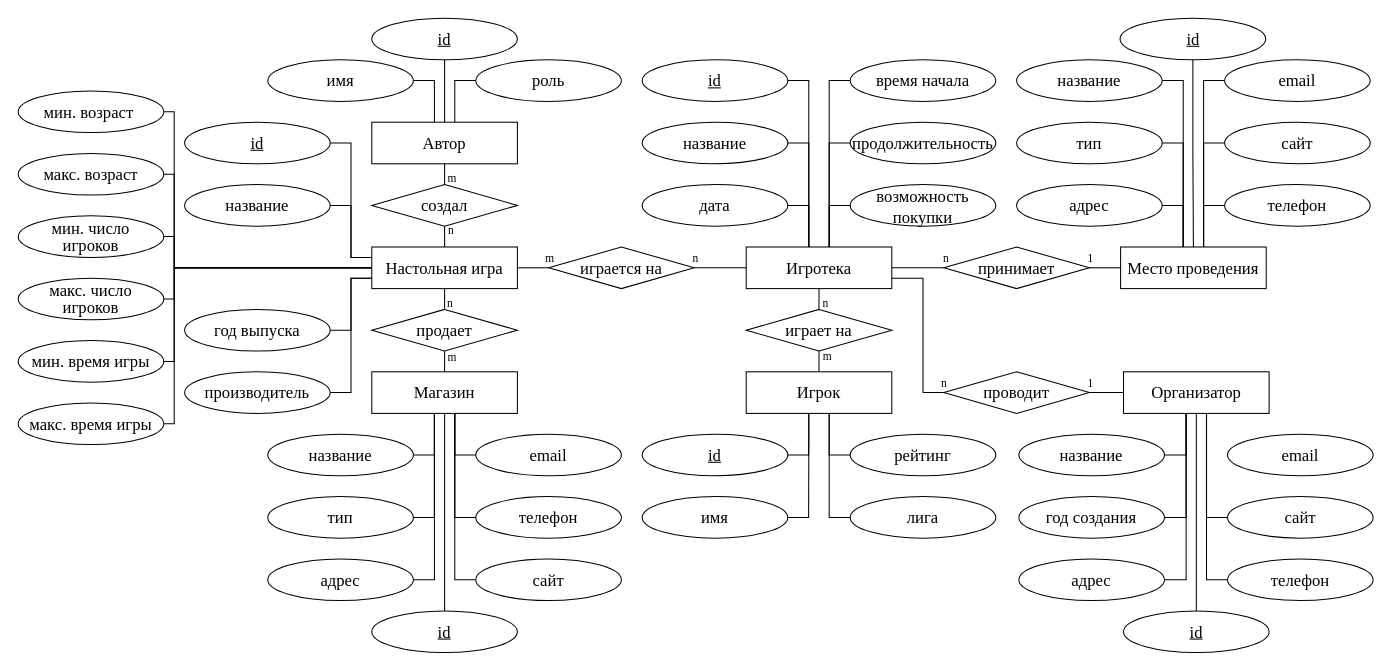
Before: docs/data/shemes/BG-ER.drawio in MyMiDiII/bmstu-board-games, a draw.io diagram. Source tidied: cells renumbered, new cells numbered last; positions are measured from the earlier drawing's top-left corner, leaving out a move shared by most shapes. Both pictures are drawn from the tidied source at 104%, with x=0, y=0 at pixel (18, 18).
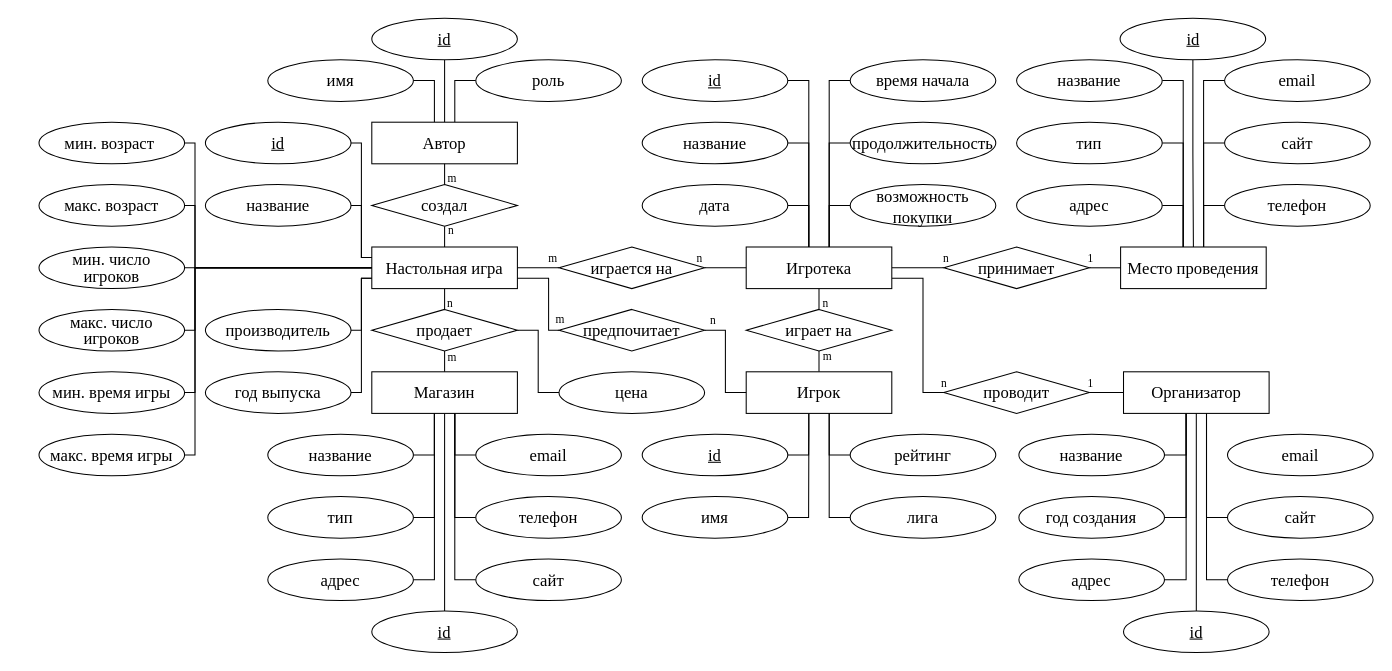
The same diagram, later.

The change refers to these unchanged cells:
```xml
<mxCell id="21" value="&lt;font face=&quot;Times New Roman&quot;&gt;&lt;span style=&quot;font-size: 16px&quot;&gt;Настольная игра&lt;/span&gt;&lt;/font&gt;" style="rounded=0;whiteSpace=wrap;html=1;" parent="1" vertex="1">
  <mxGeometry x="340" y="220" width="140" height="40" as="geometry" />
</mxCell>
<mxCell id="71" value="&lt;font face=&quot;Times New Roman&quot;&gt;&lt;span style=&quot;font-size: 16px&quot;&gt;Игрок&lt;/span&gt;&lt;/font&gt;" style="rounded=0;whiteSpace=wrap;html=1;points=[[0,0,0,0,0],[0,0.25,0,0,0],[0,0.5,0,0,0],[0,0.75,0,0,0],[0,1,0,0,0],[0.25,0,0,0,0],[0.43,1,0,0,0],[0.5,0,0,0,0],[0.5,1,0,0,0],[0.57,1,0,0,0],[0.75,0,0,0,0],[1,0,0,0,0],[1,0.25,0,0,0],[1,0.5,0,0,0],[1,0.75,0,0,0],[1,1,0,0,0]];" parent="1" vertex="1">
  <mxGeometry x="700" y="340" width="140" height="40" as="geometry" />
</mxCell>
<mxCell id="86" value="продает" style="rhombus;whiteSpace=wrap;html=1;fontFamily=Times New Roman;fontSize=16;" parent="1" vertex="1">
  <mxGeometry x="340" y="280" width="140" height="40" as="geometry" />
</mxCell>
```

What changed in the source:
```diff
@@
-    <mxCell id="17" style="edgeStyle=orthogonalEdgeStyle;shape=connector;rounded=0;jettySize=auto;html=1;exitX=0;exitY=0.25;exitDx=0;exitDy=0;entryX=1;entryY=0.5;entryDx=0;entryDy=0;labelBackgroundColor=default;fontFamily=Times New Roman;fontSize=11;fontColor=default;endArrow=none;endFill=0;strokeColor=default;" parent="1" edge="1" source="21" target="41">
-      <mxGeometry relative="1" as="geometry">
-        <Array as="points">
-          <mxPoint x="320" y="230" />
-          <mxPoint x="320" y="120" />
-        </Array>
-      </mxGeometry>
-    </mxCell>
-    <mxCell id="18" style="edgeStyle=orthogonalEdgeStyle;shape=connector;rounded=0;jettySize=auto;html=1;exitX=0;exitY=0.75;exitDx=0;exitDy=0;entryX=1;entryY=0.5;entryDx=0;entryDy=0;labelBackgroundColor=default;fontFamily=Times New Roman;fontSize=11;fontColor=default;endArrow=none;endFill=0;strokeColor=default;" parent="1" edge="1" source="21" target="55">
-      <mxGeometry relative="1" as="geometry">
-        <Array as="points">
-          <mxPoint x="320" y="250" />
-          <mxPoint x="320" y="300" />
-        </Array>
-      </mxGeometry>
-    </mxCell>
-    <mxCell id="19" style="edgeStyle=orthogonalEdgeStyle;shape=connector;rounded=0;jettySize=auto;html=1;exitX=0;exitY=0.75;exitDx=0;exitDy=0;entryX=1;entryY=0.5;entryDx=0;entryDy=0;labelBackgroundColor=default;fontFamily=Times New Roman;fontSize=11;fontColor=default;endArrow=none;endFill=0;strokeColor=default;" parent="1" edge="1" source="21" target="54">
-      <mxGeometry relative="1" as="geometry">
-        <Array as="points">
-          <mxPoint x="320" y="250" />
-          <mxPoint x="320" y="360" />
-        </Array>
-      </mxGeometry>
-    </mxCell>
-    <mxCell id="20" style="edgeStyle=orthogonalEdgeStyle;shape=connector;rounded=0;jettySize=auto;html=1;exitX=0;exitY=0.5;exitDx=0;exitDy=0;entryX=1;entryY=0.5;entryDx=0;entryDy=0;labelBackgroundColor=default;fontFamily=Times New Roman;fontSize=11;fontColor=default;endArrow=none;endFill=0;strokeColor=default;" parent="1" edge="1" source="21" target="56">
-      <mxGeometry relative="1" as="geometry">
-        <Array as="points">
-          <mxPoint x="150" y="240" />
-          <mxPoint x="150" y="90" />
-        </Array>
-      </mxGeometry>
-    </mxCell>
@@
+    <mxCell id="128" style="edgeStyle=orthogonalEdgeStyle;rounded=0;jettySize=auto;html=1;exitX=1;exitY=0.5;exitDx=0;exitDy=0;entryX=0;entryY=0.25;entryDx=0;entryDy=0;fontFamily=Times New Roman;endArrow=none;endFill=0;" parent="1" edge="1" source="41" target="21">
+      <mxGeometry relative="1" as="geometry">
+        <Array as="points">
+          <mxPoint x="330" y="120" />
+          <mxPoint x="330" y="230" />
+        </Array>
+      </mxGeometry>
+    </mxCell>
     <mxCell id="41" value="id" style="ellipse;whiteSpace=wrap;html=1;fontFamily=Times New Roman;fontSize=16;fontStyle=4;" parent="1" vertex="1">
-      <mxGeometry x="160" y="100" width="140" height="40" as="geometry" />
+      <mxGeometry x="180" y="100" width="140" height="40" as="geometry" />
     </mxCell>
@@
+    <mxCell id="129" style="edgeStyle=orthogonalEdgeStyle;rounded=0;jettySize=auto;html=1;exitX=1;exitY=0.5;exitDx=0;exitDy=0;entryX=0;entryY=0.75;entryDx=0;entryDy=0;fontFamily=Times New Roman;endArrow=none;endFill=0;" parent="1" edge="1" source="54" target="21">
+      <mxGeometry relative="1" as="geometry">
+        <Array as="points">
+          <mxPoint x="330" y="300" />
+          <mxPoint x="330" y="250" />
+        </Array>
+      </mxGeometry>
+    </mxCell>
     <mxCell id="54" value="производитель" style="ellipse;whiteSpace=wrap;html=1;fontFamily=Times New Roman;fontSize=16;" parent="1" vertex="1">
-      <mxGeometry x="160" y="340" width="140" height="40" as="geometry" />
+      <mxGeometry x="180" y="280" width="140" height="40" as="geometry" />
     </mxCell>
+    <mxCell id="130" style="edgeStyle=orthogonalEdgeStyle;rounded=0;jettySize=auto;html=1;exitX=1;exitY=0.5;exitDx=0;exitDy=0;entryX=0;entryY=0.75;entryDx=0;entryDy=0;fontFamily=Times New Roman;endArrow=none;endFill=0;" parent="1" edge="1" source="55" target="21">
+      <mxGeometry relative="1" as="geometry">
+        <Array as="points">
+          <mxPoint x="330" y="360" />
+          <mxPoint x="330" y="250" />
+        </Array>
+      </mxGeometry>
+    </mxCell>
     <mxCell id="55" value="год выпуска" style="ellipse;whiteSpace=wrap;html=1;fontFamily=Times New Roman;fontSize=16;" parent="1" vertex="1">
-      <mxGeometry x="160" y="280" width="140" height="40" as="geometry" />
+      <mxGeometry x="180" y="340" width="140" height="40" as="geometry" />
     </mxCell>
+    <mxCell id="131" style="edgeStyle=orthogonalEdgeStyle;rounded=0;jettySize=auto;html=1;exitX=1;exitY=0.5;exitDx=0;exitDy=0;entryX=0;entryY=0.5;entryDx=0;entryDy=0;endArrow=none;endFill=0;" parent="1" edge="1" source="56" target="21">
+      <mxGeometry relative="1" as="geometry">
+        <Array as="points">
+          <mxPoint x="170" y="120" />
+          <mxPoint x="170" y="240" />
+        </Array>
+      </mxGeometry>
+    </mxCell>
     <mxCell id="56" value="мин. возраст&amp;nbsp;" style="ellipse;whiteSpace=wrap;html=1;fontFamily=Times New Roman;fontSize=16;" parent="1" vertex="1">
-      <mxGeometry y="70" width="140" height="40" as="geometry" />
+      <mxGeometry x="20" y="100" width="140" height="40" as="geometry" />
     </mxCell>
-    <mxCell id="57" style="edgeStyle=orthogonalEdgeStyle;shape=connector;rounded=0;jettySize=auto;html=1;exitX=1;exitY=0.5;exitDx=0;exitDy=0;entryX=0;entryY=0.5;entryDx=0;entryDy=0;labelBackgroundColor=default;fontFamily=Times New Roman;fontSize=11;fontColor=default;endArrow=none;endFill=0;strokeColor=default;" parent="1" edge="1" source="58" target="21">
+    <mxCell id="57" style="edgeStyle=orthogonalEdgeStyle;rounded=0;jettySize=auto;html=1;exitX=1;exitY=0.5;exitDx=0;exitDy=0;entryX=0;entryY=0.5;entryDx=0;entryDy=0;endArrow=none;endFill=0;" parent="1" edge="1" source="58" target="21">
       <mxGeometry relative="1" as="geometry">
         <Array as="points">
-          <mxPoint x="150" y="150" />
-          <mxPoint x="150" y="240" />
+          <mxPoint x="170" y="180" />
+          <mxPoint x="170" y="240" />
         </Array>
       </mxGeometry>
     </mxCell>
     <mxCell id="58" value="макс. возраст" style="ellipse;whiteSpace=wrap;html=1;fontFamily=Times New Roman;fontSize=16;" parent="1" vertex="1">
-      <mxGeometry y="130" width="140" height="40" as="geometry" />
+      <mxGeometry x="20" y="160" width="140" height="40" as="geometry" />
     </mxCell>
-    <mxCell id="59" style="edgeStyle=orthogonalEdgeStyle;shape=connector;rounded=0;jettySize=auto;html=1;exitX=1;exitY=0.5;exitDx=0;exitDy=0;entryX=0;entryY=0.5;entryDx=0;entryDy=0;labelBackgroundColor=default;fontFamily=Times New Roman;fontSize=11;fontColor=default;endArrow=none;endFill=0;strokeColor=default;" parent="1" edge="1" source="60" target="21">
+    <mxCell id="59" style="edgeStyle=orthogonalEdgeStyle;rounded=0;jettySize=auto;html=1;exitX=1;exitY=0.5;exitDx=0;exitDy=0;entryX=0;entryY=0.5;entryDx=0;entryDy=0;endArrow=none;endFill=0;" parent="1" edge="1" source="60" target="21">
       <mxGeometry relative="1" as="geometry">
         <Array as="points">
-          <mxPoint x="150" y="270" />
-          <mxPoint x="150" y="240" />
+          <mxPoint x="170" y="300" />
+          <mxPoint x="170" y="240" />
         </Array>
       </mxGeometry>
     </mxCell>
     <mxCell id="60" value="&lt;p style=&quot;line-height: 1&quot;&gt;макс. число&lt;br&gt;игроков&lt;/p&gt;" style="ellipse;whiteSpace=wrap;html=1;fontFamily=Times New Roman;fontSize=16;spacingBottom=0;spacingTop=0;" parent="1" vertex="1">
-      <mxGeometry y="250" width="140" height="40" as="geometry" />
+      <mxGeometry x="20" y="280" width="140" height="40" as="geometry" />
     </mxCell>
-    <mxCell id="61" style="edgeStyle=orthogonalEdgeStyle;shape=connector;rounded=0;jettySize=auto;html=1;exitX=1;exitY=0.5;exitDx=0;exitDy=0;entryX=0;entryY=0.5;entryDx=0;entryDy=0;labelBackgroundColor=default;fontFamily=Times New Roman;fontSize=11;fontColor=default;endArrow=none;endFill=0;strokeColor=default;" parent="1" edge="1" source="62" target="21">
+    <mxCell id="61" style="edgeStyle=orthogonalEdgeStyle;rounded=0;jettySize=auto;html=1;exitX=1;exitY=0.5;exitDx=0;exitDy=0;entryX=0;entryY=0.5;entryDx=0;entryDy=0;endArrow=none;endFill=0;" parent="1" edge="1" source="62" target="21">
       <mxGeometry relative="1" as="geometry">
         <Array as="points">
-          <mxPoint x="150" y="210" />
-          <mxPoint x="150" y="240" />
+          <mxPoint x="160" y="240" />
+          <mxPoint x="160" y="240" />
         </Array>
       </mxGeometry>
     </mxCell>
     <mxCell id="62" value="&lt;p style=&quot;line-height: 1&quot;&gt;мин. число&lt;br&gt;игроков&lt;/p&gt;" style="ellipse;whiteSpace=wrap;html=1;fontFamily=Times New Roman;fontSize=16;spacingBottom=0;spacingTop=0;" parent="1" vertex="1">
-      <mxGeometry y="190" width="140" height="40" as="geometry" />
+      <mxGeometry x="20" y="220" width="140" height="40" as="geometry" />
     </mxCell>
-    <mxCell id="63" style="edgeStyle=orthogonalEdgeStyle;shape=connector;rounded=0;jettySize=auto;html=1;exitX=1;exitY=0.5;exitDx=0;exitDy=0;entryX=0;entryY=0.25;entryDx=0;entryDy=0;labelBackgroundColor=default;fontFamily=Times New Roman;fontSize=11;fontColor=default;endArrow=none;endFill=0;strokeColor=default;" parent="1" edge="1" source="64" target="21">
+    <mxCell id="63" style="edgeStyle=orthogonalEdgeStyle;rounded=0;jettySize=auto;html=1;exitX=1;exitY=0.5;exitDx=0;exitDy=0;entryX=0;entryY=0.25;entryDx=0;entryDy=0;fontFamily=Times New Roman;endArrow=none;endFill=0;" parent="1" edge="1" source="64" target="21">
       <mxGeometry relative="1" as="geometry">
         <Array as="points">
-          <mxPoint x="320" y="180" />
-          <mxPoint x="320" y="230" />
+          <mxPoint x="330" y="180" />
+          <mxPoint x="330" y="230" />
         </Array>
       </mxGeometry>
     </mxCell>
     <mxCell id="64" value="название" style="ellipse;whiteSpace=wrap;html=1;fontFamily=Times New Roman;fontSize=16;" parent="1" vertex="1">
-      <mxGeometry x="160" y="160" width="140" height="40" as="geometry" />
+      <mxGeometry x="180" y="160" width="140" height="40" as="geometry" />
     </mxCell>
-    <mxCell id="65" style="edgeStyle=orthogonalEdgeStyle;shape=connector;rounded=0;jettySize=auto;html=1;exitX=1;exitY=0.5;exitDx=0;exitDy=0;entryX=0;entryY=0.5;entryDx=0;entryDy=0;labelBackgroundColor=default;fontFamily=Times New Roman;fontSize=11;fontColor=default;endArrow=none;endFill=0;strokeColor=default;" parent="1" edge="1" source="66" target="21">
+    <mxCell id="65" style="edgeStyle=orthogonalEdgeStyle;rounded=0;jettySize=auto;html=1;exitX=1;exitY=0.5;exitDx=0;exitDy=0;entryX=0;entryY=0.5;entryDx=0;entryDy=0;endArrow=none;endFill=0;" parent="1" edge="1" source="66" target="21">
       <mxGeometry relative="1" as="geometry">
         <Array as="points">
-          <mxPoint x="150" y="330" />
-          <mxPoint x="150" y="240" />
+          <mxPoint x="170" y="360" />
+          <mxPoint x="170" y="240" />
         </Array>
       </mxGeometry>
     </mxCell>
     <mxCell id="66" value="мин. время игры" style="ellipse;whiteSpace=wrap;html=1;fontFamily=Times New Roman;fontSize=16;spacingBottom=0;spacingTop=0;" parent="1" vertex="1">
-      <mxGeometry y="310" width="140" height="40" as="geometry" />
+      <mxGeometry x="20" y="340" width="140" height="40" as="geometry" />
     </mxCell>
-    <mxCell id="67" style="edgeStyle=orthogonalEdgeStyle;shape=connector;rounded=0;jettySize=auto;html=1;exitX=1;exitY=0.5;exitDx=0;exitDy=0;entryX=0;entryY=0.5;entryDx=0;entryDy=0;labelBackgroundColor=default;fontFamily=Times New Roman;fontSize=11;fontColor=default;endArrow=none;endFill=0;strokeColor=default;" parent="1" edge="1" source="68" target="21">
+    <mxCell id="67" style="edgeStyle=orthogonalEdgeStyle;rounded=0;jettySize=auto;html=1;exitX=1;exitY=0.5;exitDx=0;exitDy=0;entryX=0;entryY=0.5;entryDx=0;entryDy=0;endArrow=none;endFill=0;" parent="1" edge="1" source="68" target="21">
       <mxGeometry relative="1" as="geometry">
         <Array as="points">
-          <mxPoint x="150" y="390" />
-          <mxPoint x="150" y="240" />
+          <mxPoint x="170" y="420" />
+          <mxPoint x="170" y="240" />
         </Array>
       </mxGeometry>
     </mxCell>
     <mxCell id="68" value="&lt;p style=&quot;line-height: 1&quot;&gt;макс. время игры&lt;/p&gt;" style="ellipse;whiteSpace=wrap;html=1;fontFamily=Times New Roman;fontSize=16;spacingBottom=0;spacingTop=0;" parent="1" vertex="1">
-      <mxGeometry y="370" width="140" height="40" as="geometry" />
+      <mxGeometry x="20" y="400" width="140" height="40" as="geometry" />
     </mxCell>
@@
+    <mxCell id="132" style="edgeStyle=orthogonalEdgeStyle;rounded=0;jettySize=auto;html=1;exitX=1;exitY=0.5;exitDx=0;exitDy=0;entryX=0;entryY=0.5;entryDx=0;entryDy=0;fontFamily=Times New Roman;endArrow=none;endFill=0;" parent="1" edge="1" source="86" target="138">
+      <mxGeometry relative="1" as="geometry">
+        <Array as="points">
+          <mxPoint x="500" y="300" />
+          <mxPoint x="500" y="360" />
+        </Array>
+      </mxGeometry>
+    </mxCell>
@@
     <mxCell id="91" value="играется на" style="rhombus;whiteSpace=wrap;html=1;fontFamily=Times New Roman;fontSize=16;" parent="1" vertex="1">
-      <mxGeometry x="510" y="220" width="140" height="40" as="geometry" />
+      <mxGeometry x="520" y="220" width="140" height="40" as="geometry" />
     </mxCell>
@@
+    <mxCell id="133" style="edgeStyle=orthogonalEdgeStyle;rounded=0;jettySize=auto;html=1;exitX=1;exitY=0.5;exitDx=0;exitDy=0;entryX=0;entryY=0.5;entryDx=0;entryDy=0;entryPerimeter=0;endArrow=none;endFill=0;" parent="1" edge="1" source="137" target="71">
+      <mxGeometry relative="1" as="geometry" />
+    </mxCell>
+    <mxCell id="134" value="n" style="edgeLabel;html=1;align=center;verticalAlign=middle;fontFamily=Times New Roman;" parent="133" vertex="1">
+      <mxGeometry x="-0.74" y="-1" relative="1" as="geometry">
+        <mxPoint x="-6" y="-11" as="offset" />
+      </mxGeometry>
+    </mxCell>
+    <mxCell id="135" style="edgeStyle=orthogonalEdgeStyle;rounded=0;jettySize=auto;html=1;exitX=0;exitY=0.5;exitDx=0;exitDy=0;entryX=1;entryY=0.75;entryDx=0;entryDy=0;endArrow=none;endFill=0;" parent="1" edge="1" source="137" target="21">
+      <mxGeometry relative="1" as="geometry">
+        <Array as="points">
+          <mxPoint x="510" y="300" />
+          <mxPoint x="510" y="250" />
+        </Array>
+      </mxGeometry>
+    </mxCell>
+    <mxCell id="136" value="m" style="edgeLabel;html=1;align=center;verticalAlign=middle;fontFamily=Times New Roman;" parent="135" vertex="1">
+      <mxGeometry x="-0.71" y="3" relative="1" as="geometry">
+        <mxPoint x="13" y="-8" as="offset" />
+      </mxGeometry>
+    </mxCell>
+    <mxCell id="137" value="предпочитает" style="rhombus;whiteSpace=wrap;html=1;fontFamily=Times New Roman;fontSize=16;" parent="1" vertex="1">
+      <mxGeometry x="520" y="280" width="140" height="40" as="geometry" />
+    </mxCell>
+    <mxCell id="138" value="цена" style="ellipse;whiteSpace=wrap;html=1;fontFamily=Times New Roman;fontSize=16;" parent="1" vertex="1">
+      <mxGeometry x="520" y="340" width="140" height="40" as="geometry" />
+    </mxCell>
```
